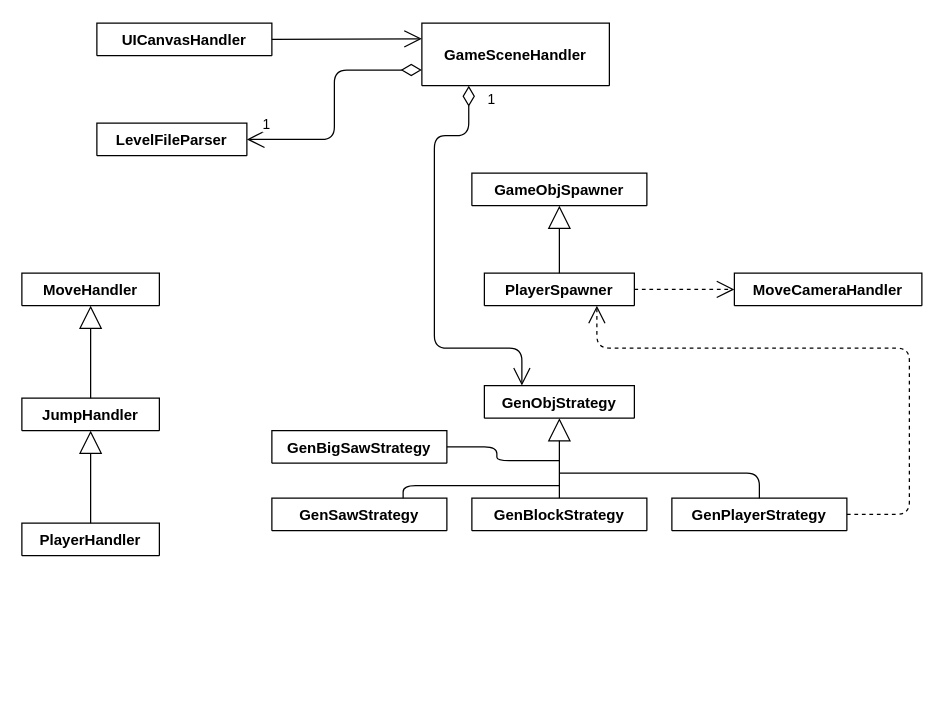
Above: doc/class_diagram/class_diagram.drawio in itfray/GameGrinch2D (draw.io), before the change. Source tidied: cells renumbered, new cells numbered last; positions are measured from the earlier drawing's top-left corner, leaving out a move shared by most shapes. Both pictures are drawn from the tidied source at 125%, with x=0, y=0 at pixel (21, 22).
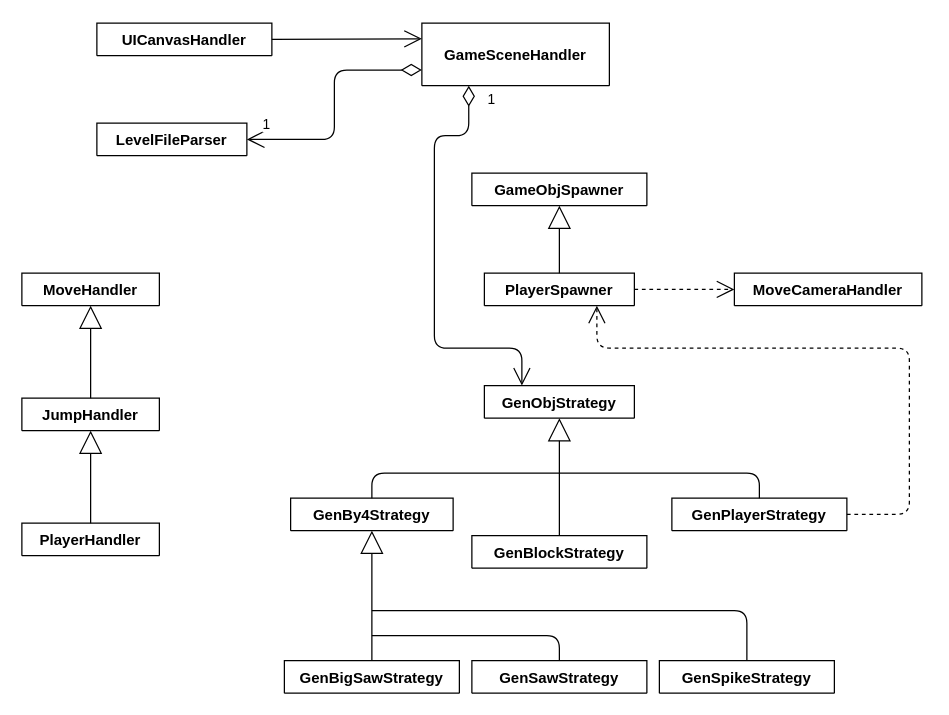
The same page after the edit.

Commit message (it also covers changes not shown here):
doc cls diagram

Diff of the diagram source:
```diff
@@
     <mxCell id="19" value="GenBlockStrategy" style="swimlane;fontStyle=1;align=center;verticalAlign=top;horizontal=1;startSize=26;" parent="1" vertex="1" collapsed="1">
-      <mxGeometry x="360" y="380" width="140" height="26" as="geometry" />
+      <mxGeometry x="360" y="410" width="140" height="26" as="geometry" />
     </mxCell>
@@
     <mxCell id="21" value="GenSawStrategy" style="swimlane;fontStyle=1;align=center;verticalAlign=top;horizontal=1;startSize=26;" parent="1" vertex="1" collapsed="1">
-      <mxGeometry x="200" y="380" width="140" height="26" as="geometry" />
+      <mxGeometry x="360" y="510" width="140" height="26" as="geometry" />
     </mxCell>
     <mxCell id="22" value="GenBigSawStrategy" style="swimlane;fontStyle=1;align=center;verticalAlign=top;horizontal=1;startSize=26;" parent="1" vertex="1" collapsed="1">
-      <mxGeometry x="200" y="326" width="140" height="26" as="geometry" />
+      <mxGeometry x="210" y="510" width="140" height="26" as="geometry" />
     </mxCell>
-    <mxCell id="23" style="endArrow=none;html=1;exitX=1;exitY=0.5;exitDx=0;exitDy=0;" parent="1" edge="1" source="22">
-      <mxGeometry relative="1" as="geometry">
-        <mxPoint x="430" y="350" as="targetPoint" />
-        <Array as="points">
-          <mxPoint x="380" y="339" />
-          <mxPoint x="380" y="350" />
-        </Array>
-      </mxGeometry>
-    </mxCell>
-    <mxCell id="24" style="endArrow=none;html=1;exitX=0.75;exitY=0;exitDx=0;exitDy=0;" parent="1" edge="1" source="21">
-      <mxGeometry relative="1" as="geometry">
-        <mxPoint x="430" y="370" as="targetPoint" />
-        <Array as="points">
-          <mxPoint x="305" y="370" />
-        </Array>
-      </mxGeometry>
-    </mxCell>
@@
+    <mxCell id="28" value="GenBy4Strategy" style="swimlane;fontStyle=1;align=center;verticalAlign=top;horizontal=1;startSize=26;" parent="1" vertex="1" collapsed="1">
+      <mxGeometry x="215" y="380" width="130" height="26" as="geometry" />
+    </mxCell>
+    <mxCell id="29" style="endArrow=none;html=1;exitX=0.5;exitY=0;exitDx=0;exitDy=0;" parent="1" edge="1" source="28">
+      <mxGeometry relative="1" as="geometry">
+        <mxPoint x="430" y="360" as="targetPoint" />
+        <Array as="points">
+          <mxPoint x="280" y="360" />
+        </Array>
+      </mxGeometry>
+    </mxCell>
+    <mxCell id="30" style="endArrow=block;endSize=16;endFill=0;html=1;entryX=0.5;entryY=1;entryDx=0;entryDy=0;exitX=0.5;exitY=0;exitDx=0;exitDy=0;" parent="1" edge="1" source="22" target="28">
+      <mxGeometry relative="1" as="geometry" />
+    </mxCell>
+    <mxCell id="31" value="GenSpikeStrategy" style="swimlane;fontStyle=1;align=center;verticalAlign=top;horizontal=1;startSize=26;" parent="1" vertex="1" collapsed="1">
+      <mxGeometry x="510" y="510" width="140" height="26" as="geometry" />
+    </mxCell>
+    <mxCell id="32" style="endArrow=none;html=1;entryX=0.5;entryY=0;entryDx=0;entryDy=0;" parent="1" edge="1" target="21">
+      <mxGeometry relative="1" as="geometry">
+        <mxPoint x="280" y="490" as="sourcePoint" />
+        <Array as="points">
+          <mxPoint x="430" y="490" />
+        </Array>
+      </mxGeometry>
+    </mxCell>
+    <mxCell id="33" style="endArrow=none;html=1;entryX=0.5;entryY=0;entryDx=0;entryDy=0;" parent="1" edge="1" target="31">
+      <mxGeometry relative="1" as="geometry">
+        <mxPoint x="280" y="470" as="sourcePoint" />
+        <Array as="points">
+          <mxPoint x="580" y="470" />
+        </Array>
+      </mxGeometry>
+    </mxCell>
```
